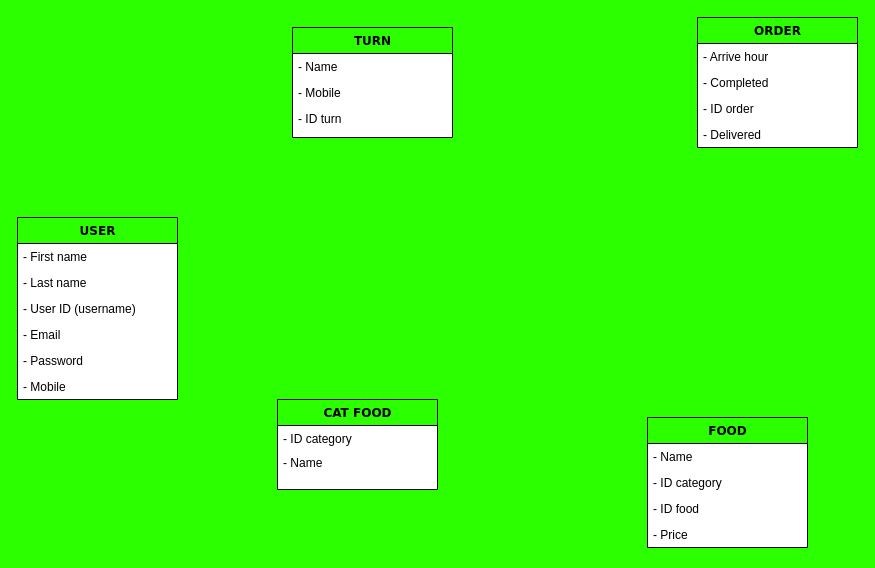
The draw.io diagram 名称未設定ファイル.drawio in VictorJ-Ch/Cafeteria-Menu, before the edit. Source tidied: cells renumbered, new cells numbered last; positions are measured from the earlier drawing's top-left corner, leaving out a move shared by most shapes. Both pictures are drawn from the tidied source at 100%, with x=0, y=0 at pixel (17, 17).
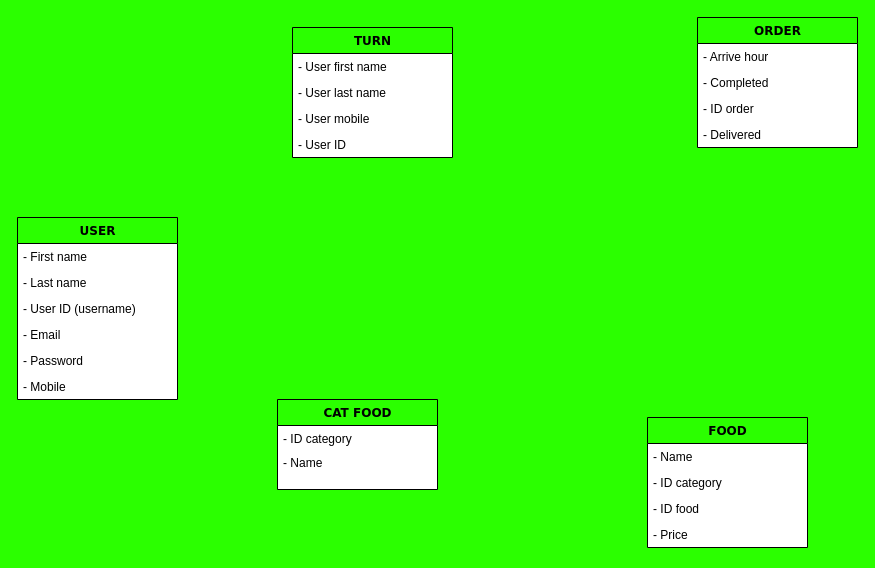
Above is the later version.

Diff of the diagram source:
```diff
@@
     <mxCell id="19" value="TURN" style="swimlane;html=1;fontStyle=1;align=center;verticalAlign=top;horizontal=1;startSize=26;swimlaneFillColor=#ffffff;rounded=0;shadow=0;comic=0;labelBackgroundColor=none;strokeWidth=1;fillColor=none;fontFamily=Verdana;fontSize=12;" parent="1" vertex="1">
-      <mxGeometry x="275" y="10" width="160" height="110" as="geometry" />
+      <mxGeometry x="275" y="10" width="160" height="130" as="geometry" />
     </mxCell>
-    <mxCell id="20" value="- Name" style="text;html=1;strokeColor=none;fillColor=none;align=left;verticalAlign=top;spacingLeft=4;spacingRight=4;whiteSpace=wrap;overflow=hidden;" parent="19" vertex="1">
+    <mxCell id="20" value="- User first name" style="text;html=1;strokeColor=none;fillColor=none;align=left;verticalAlign=top;spacingLeft=4;spacingRight=4;whiteSpace=wrap;overflow=hidden;" parent="19" vertex="1">
       <mxGeometry y="26" width="160" height="26" as="geometry" />
     </mxCell>
-    <mxCell id="21" value="- Mobile" style="text;html=1;strokeColor=none;fillColor=none;align=left;verticalAlign=top;spacingLeft=4;spacingRight=4;whiteSpace=wrap;overflow=hidden;" parent="19" vertex="1">
+    <mxCell id="21" value="- User last name" style="text;html=1;strokeColor=none;fillColor=none;align=left;verticalAlign=top;spacingLeft=4;spacingRight=4;whiteSpace=wrap;overflow=hidden;" parent="19" vertex="1">
       <mxGeometry y="52" width="160" height="26" as="geometry" />
     </mxCell>
-    <mxCell id="22" value="- ID turn" style="text;html=1;strokeColor=none;fillColor=none;align=left;verticalAlign=top;spacingLeft=4;spacingRight=4;whiteSpace=wrap;overflow=hidden;" parent="19" vertex="1">
+    <mxCell id="22" value="- User mobile" style="text;html=1;strokeColor=none;fillColor=none;align=left;verticalAlign=top;spacingLeft=4;spacingRight=4;whiteSpace=wrap;overflow=hidden;" parent="19" vertex="1">
       <mxGeometry y="78" width="160" height="26" as="geometry" />
     </mxCell>
+    <mxCell id="26" value="- User ID" style="text;html=1;strokeColor=none;fillColor=none;align=left;verticalAlign=top;spacingLeft=4;spacingRight=4;whiteSpace=wrap;overflow=hidden;" parent="19" vertex="1">
+      <mxGeometry y="104" width="160" height="26" as="geometry" />
+    </mxCell>
```
